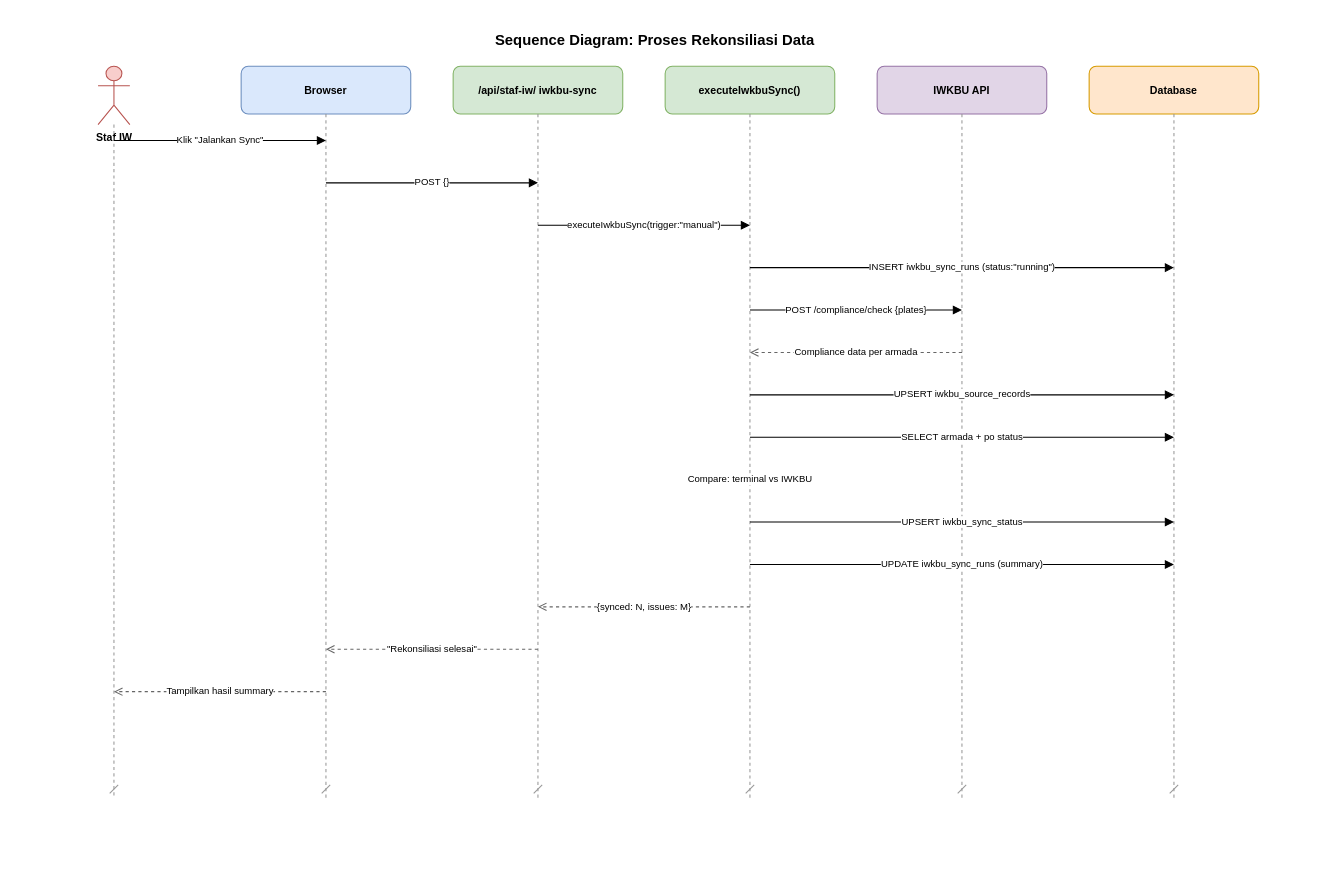
Above: docs/diagrams/sequence/16-sq-proses-rekonsiliasi.drawio in RyanGLoomy/terminal-iwkbu (draw.io), before the change. Source tidied: cells renumbered, new cells numbered last; positions are measured from the earlier drawing's top-left corner, leaving out a move shared by most shapes. Both pictures are drawn from the tidied source at 106%, with x=0, y=0 at pixel (50, 23).
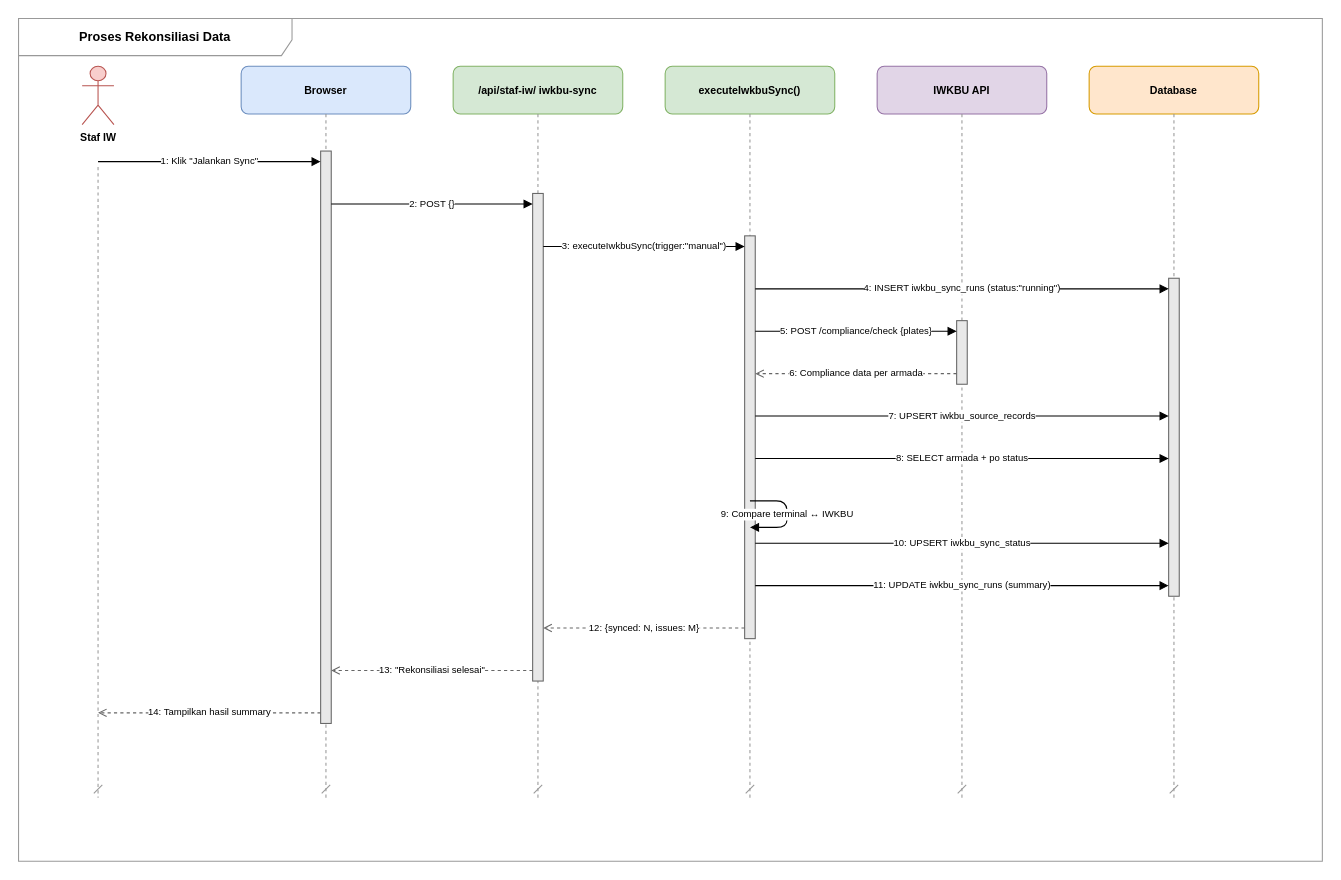
The same diagram, later.

Change to the diagram source:
```diff
@@
-    <mxCell id="2" value="Sequence Diagram: Proses Rekonsiliasi Data" style="text;html=1;align=center;verticalAlign=middle;fontSize=14;fontStyle=1;strokeColor=none;fillColor=none;" parent="1" vertex="1">
-      <mxGeometry width="1140" height="30" as="geometry" />
-    </mxCell>
+    <mxCell id="29" value="Proses Rekonsiliasi Data" style="shape=umlFrame;whiteSpace=wrap;html=1;fillColor=none;strokeColor=#999999;fontSize=12;fontStyle=1;lightOpacity=50;tabWidth=258;tabHeight=22;width=258;height=35;" parent="1" vertex="1">
+      <mxGeometry x="-30" y="-5" width="1230" height="795" as="geometry" />
+    </mxCell>
     <mxCell id="3" value="Staf IW" style="shape=umlActor;verticalLabelPosition=bottom;verticalAlign=top;html=1;fillColor=#f8cecc;strokeColor=#b85450;fontStyle=1;fontSize=10;" parent="1" vertex="1">
-      <mxGeometry x="45" y="40" width="30" height="55" as="geometry" />
+      <mxGeometry x="30" y="40" width="30" height="55" as="geometry" />
     </mxCell>
     <mxCell id="4" style="endArrow=dash;dashed=1;html=1;strokeWidth=1;strokeColor=#999999;" parent="1" edge="1">
       <mxGeometry relative="1" as="geometry">
-        <mxPoint x="60" y="95" as="sourcePoint" />
-        <mxPoint x="60" y="730" as="targetPoint" />
+        <mxPoint x="45" y="135" as="sourcePoint" />
+        <mxPoint x="45" y="730" as="targetPoint" />
       </mxGeometry>
     </mxCell>
@@
+    <mxCell id="30" style="rounded=0;whiteSpace=wrap;html=1;fillColor=#e8e8e8;strokeColor=#666666;strokeWidth=1;" parent="1" vertex="1">
+      <mxGeometry x="255" y="120" width="10" height="540" as="geometry" />
+    </mxCell>
+    <mxCell id="31" style="rounded=0;whiteSpace=wrap;html=1;fillColor=#e8e8e8;strokeColor=#666666;strokeWidth=1;" parent="1" vertex="1">
+      <mxGeometry x="455" y="160" width="10" height="460" as="geometry" />
+    </mxCell>
+    <mxCell id="32" style="rounded=0;whiteSpace=wrap;html=1;fillColor=#e8e8e8;strokeColor=#666666;strokeWidth=1;" parent="1" vertex="1">
+      <mxGeometry x="655" y="200" width="10" height="380" as="geometry" />
+    </mxCell>
+    <mxCell id="33" style="rounded=0;whiteSpace=wrap;html=1;fillColor=#e8e8e8;strokeColor=#666666;strokeWidth=1;" parent="1" vertex="1">
+      <mxGeometry x="855" y="280" width="10" height="60" as="geometry" />
+    </mxCell>
+    <mxCell id="34" style="rounded=0;whiteSpace=wrap;html=1;fillColor=#e8e8e8;strokeColor=#666666;strokeWidth=1;" parent="1" vertex="1">
+      <mxGeometry x="1055" y="240" width="10" height="300" as="geometry" />
+    </mxCell>
-    <mxCell id="15" value="Klik &quot;Jalankan Sync&quot;" style="endArrow=block;endFill=1;html=1;fontSize=9;" parent="1" edge="1">
+    <mxCell id="15" value="1: Klik &quot;Jalankan Sync&quot;" style="endArrow=block;endFill=1;html=1;fontSize=9;" parent="1" edge="1">
       <mxGeometry relative="1" as="geometry">
-        <mxPoint x="60" y="110" as="sourcePoint" />
-        <mxPoint x="260" y="110" as="targetPoint" />
+        <mxPoint x="45" y="130" as="sourcePoint" />
+        <mxPoint x="255" y="130" as="targetPoint" />
       </mxGeometry>
     </mxCell>
-    <mxCell id="16" value="POST {}" style="endArrow=block;endFill=1;html=1;fontSize=9;" parent="1" edge="1">
+    <mxCell id="16" value="2: POST {}" style="endArrow=block;endFill=1;html=1;fontSize=9;" parent="1" edge="1">
       <mxGeometry relative="1" as="geometry">
-        <mxPoint x="260" y="150" as="sourcePoint" />
-        <mxPoint x="460" y="150" as="targetPoint" />
+        <mxPoint x="265" y="170" as="sourcePoint" />
+        <mxPoint x="455" y="170" as="targetPoint" />
       </mxGeometry>
     </mxCell>
-    <mxCell id="17" value="executeIwkbuSync(trigger:&quot;manual&quot;)" style="endArrow=block;endFill=1;html=1;fontSize=9;" parent="1" edge="1">
+    <mxCell id="17" value="3: executeIwkbuSync(trigger:&quot;manual&quot;)" style="endArrow=block;endFill=1;html=1;fontSize=9;" parent="1" edge="1">
       <mxGeometry relative="1" as="geometry">
-        <mxPoint x="460" y="190" as="sourcePoint" />
-        <mxPoint x="660" y="190" as="targetPoint" />
+        <mxPoint x="465" y="210" as="sourcePoint" />
+        <mxPoint x="655" y="210" as="targetPoint" />
       </mxGeometry>
     </mxCell>
-    <mxCell id="18" value="INSERT iwkbu_sync_runs (status:&quot;running&quot;)" style="endArrow=block;endFill=1;html=1;fontSize=9;" parent="1" edge="1">
+    <mxCell id="18" value="4: INSERT iwkbu_sync_runs (status:&quot;running&quot;)" style="endArrow=block;endFill=1;html=1;fontSize=9;" parent="1" edge="1">
       <mxGeometry relative="1" as="geometry">
-        <mxPoint x="660" y="230" as="sourcePoint" />
-        <mxPoint x="1060" y="230" as="targetPoint" />
+        <mxPoint x="665" y="250" as="sourcePoint" />
+        <mxPoint x="1055" y="250" as="targetPoint" />
       </mxGeometry>
     </mxCell>
-    <mxCell id="19" value="POST /compliance/check {plates}" style="endArrow=block;endFill=1;html=1;fontSize=9;" parent="1" edge="1">
+    <mxCell id="19" value="5: POST /compliance/check {plates}" style="endArrow=block;endFill=1;html=1;fontSize=9;" parent="1" edge="1">
       <mxGeometry relative="1" as="geometry">
-        <mxPoint x="660" y="270" as="sourcePoint" />
-        <mxPoint x="860" y="270" as="targetPoint" />
+        <mxPoint x="665" y="290" as="sourcePoint" />
+        <mxPoint x="855" y="290" as="targetPoint" />
       </mxGeometry>
     </mxCell>
-    <mxCell id="20" value="Compliance data per armada" style="endArrow=open;endFill=0;dashed=1;html=1;fontSize=9;strokeColor=#666666;" parent="1" edge="1">
+    <mxCell id="20" value="6: Compliance data per armada" style="endArrow=open;endFill=0;dashed=1;html=1;fontSize=9;strokeColor=#666666;" parent="1" edge="1">
       <mxGeometry relative="1" as="geometry">
-        <mxPoint x="860" y="310" as="sourcePoint" />
-        <mxPoint x="660" y="310" as="targetPoint" />
+        <mxPoint x="855" y="330" as="sourcePoint" />
+        <mxPoint x="665" y="330" as="targetPoint" />
       </mxGeometry>
     </mxCell>
-    <mxCell id="21" value="UPSERT iwkbu_source_records" style="endArrow=block;endFill=1;html=1;fontSize=9;" parent="1" edge="1">
+    <mxCell id="21" value="7: UPSERT iwkbu_source_records" style="endArrow=block;endFill=1;html=1;fontSize=9;" parent="1" edge="1">
       <mxGeometry relative="1" as="geometry">
-        <mxPoint x="660" y="350" as="sourcePoint" />
-        <mxPoint x="1060" y="350" as="targetPoint" />
+        <mxPoint x="665" y="370" as="sourcePoint" />
+        <mxPoint x="1055" y="370" as="targetPoint" />
       </mxGeometry>
     </mxCell>
-    <mxCell id="22" value="SELECT armada + po status" style="endArrow=block;endFill=1;html=1;fontSize=9;" parent="1" edge="1">
+    <mxCell id="22" value="8: SELECT armada + po status" style="endArrow=block;endFill=1;html=1;fontSize=9;" parent="1" edge="1">
       <mxGeometry relative="1" as="geometry">
-        <mxPoint x="660" y="390" as="sourcePoint" />
-        <mxPoint x="1060" y="390" as="targetPoint" />
+        <mxPoint x="665" y="410" as="sourcePoint" />
+        <mxPoint x="1055" y="410" as="targetPoint" />
       </mxGeometry>
     </mxCell>
-    <mxCell id="23" value="Compare: terminal vs IWKBU" style="endArrow=block;endFill=1;html=1;fontSize=9;" parent="1" edge="1">
+    <mxCell id="23" value="9: Compare terminal &amp;harr; IWKBU" style="endArrow=block;endFill=1;html=1;fontSize=9;" parent="1" edge="1">
       <mxGeometry relative="1" as="geometry">
-        <mxPoint x="660" y="430" as="sourcePoint" />
-        <mxPoint x="660" y="430" as="targetPoint" />
+        <mxPoint x="660" y="450" as="sourcePoint" />
+        <mxPoint x="660" y="475" as="targetPoint" />
+        <Array as="points">
+          <mxPoint x="695" y="450" />
+          <mxPoint x="695" y="475" />
+        </Array>
       </mxGeometry>
     </mxCell>
-    <mxCell id="24" value="UPSERT iwkbu_sync_status" style="endArrow=block;endFill=1;html=1;fontSize=9;" parent="1" edge="1">
+    <mxCell id="24" value="10: UPSERT iwkbu_sync_status" style="endArrow=block;endFill=1;html=1;fontSize=9;" parent="1" edge="1">
       <mxGeometry relative="1" as="geometry">
-        <mxPoint x="660" y="470" as="sourcePoint" />
-        <mxPoint x="1060" y="470" as="targetPoint" />
+        <mxPoint x="665" y="490" as="sourcePoint" />
+        <mxPoint x="1055" y="490" as="targetPoint" />
       </mxGeometry>
     </mxCell>
-    <mxCell id="25" value="UPDATE iwkbu_sync_runs (summary)" style="endArrow=block;endFill=1;html=1;fontSize=9;" parent="1" edge="1">
+    <mxCell id="25" value="11: UPDATE iwkbu_sync_runs (summary)" style="endArrow=block;endFill=1;html=1;fontSize=9;" parent="1" edge="1">
       <mxGeometry relative="1" as="geometry">
-        <mxPoint x="660" y="510" as="sourcePoint" />
-        <mxPoint x="1060" y="510" as="targetPoint" />
+        <mxPoint x="665" y="530" as="sourcePoint" />
+        <mxPoint x="1055" y="530" as="targetPoint" />
       </mxGeometry>
     </mxCell>
-    <mxCell id="26" value="{synced: N, issues: M}" style="endArrow=open;endFill=0;dashed=1;html=1;fontSize=9;strokeColor=#666666;" parent="1" edge="1">
+    <mxCell id="26" value="12: {synced: N, issues: M}" style="endArrow=open;endFill=0;dashed=1;html=1;fontSize=9;strokeColor=#666666;" parent="1" edge="1">
       <mxGeometry relative="1" as="geometry">
-        <mxPoint x="660" y="550" as="sourcePoint" />
-        <mxPoint x="460" y="550" as="targetPoint" />
+        <mxPoint x="655" y="570" as="sourcePoint" />
+        <mxPoint x="465" y="570" as="targetPoint" />
       </mxGeometry>
     </mxCell>
-    <mxCell id="27" value="&quot;Rekonsiliasi selesai&quot;" style="endArrow=open;endFill=0;dashed=1;html=1;fontSize=9;strokeColor=#666666;" parent="1" edge="1">
+    <mxCell id="27" value="13: &quot;Rekonsiliasi selesai&quot;" style="endArrow=open;endFill=0;dashed=1;html=1;fontSize=9;strokeColor=#666666;" parent="1" edge="1">
       <mxGeometry relative="1" as="geometry">
-        <mxPoint x="460" y="590" as="sourcePoint" />
-        <mxPoint x="260" y="590" as="targetPoint" />
+        <mxPoint x="455" y="610" as="sourcePoint" />
+        <mxPoint x="265" y="610" as="targetPoint" />
       </mxGeometry>
     </mxCell>
-    <mxCell id="28" value="Tampilkan hasil summary" style="endArrow=open;endFill=0;dashed=1;html=1;fontSize=9;strokeColor=#666666;" parent="1" edge="1">
+    <mxCell id="28" value="14: Tampilkan hasil summary" style="endArrow=open;endFill=0;dashed=1;html=1;fontSize=9;strokeColor=#666666;" parent="1" edge="1">
       <mxGeometry relative="1" as="geometry">
-        <mxPoint x="260" y="630" as="sourcePoint" />
-        <mxPoint x="60" y="630" as="targetPoint" />
+        <mxPoint x="255" y="650" as="sourcePoint" />
+        <mxPoint x="45" y="650" as="targetPoint" />
       </mxGeometry>
     </mxCell>
```
